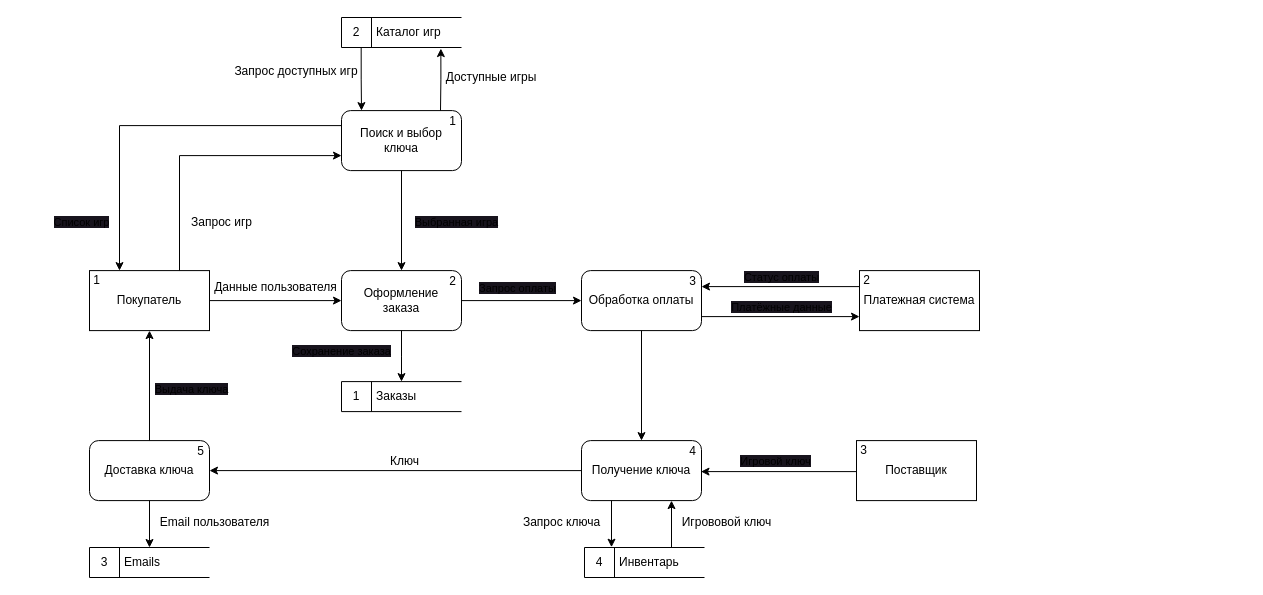
Earlier version of the draw.io diagram Диграммы/Декоммпозиция DFD (Готово).drawio (Demedra21/Project). Source tidied: cells renumbered, new cells numbered last; positions are measured from the earlier drawing's top-left corner, leaving out a move shared by most shapes. Both pictures are drawn from the tidied source at 100%, with x=0, y=0 at pixel (41, 17).
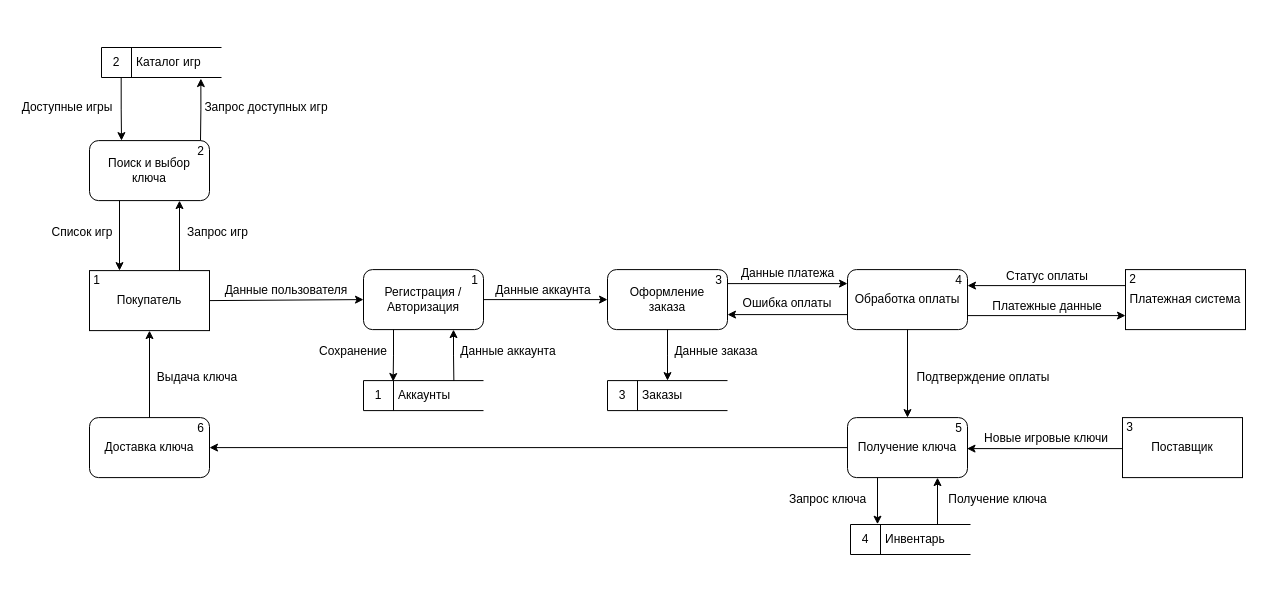
The same page after the edit.

The change refers to these unchanged cells:
```xml
<mxCell id="5" value="Покупатель" style="whiteSpace=wrap;html=1;" parent="4" vertex="1">
  <mxGeometry x="8" y="6" width="120" height="60" as="geometry" />
</mxCell>
<mxCell id="8" value="Оформление&lt;div&gt;заказа&lt;/div&gt;" style="rounded=1;whiteSpace=wrap;html=1;" parent="7" vertex="1">
  <mxGeometry y="4" width="120" height="60" as="geometry" />
</mxCell>
<mxCell id="13" value="Доставка ключа" style="rounded=1;whiteSpace=wrap;html=1;" parent="12" vertex="1">
  <mxGeometry y="4" width="120" height="60" as="geometry" />
</mxCell>
<mxCell id="17" value="Обработка оплаты" style="rounded=1;whiteSpace=wrap;html=1;" parent="16" vertex="1">
  <mxGeometry y="4" width="120" height="60" as="geometry" />
</mxCell>
<mxCell id="35" value="Поиск и выбор&lt;div&gt;ключа&lt;/div&gt;" style="rounded=1;whiteSpace=wrap;html=1;" parent="34" vertex="1">
  <mxGeometry y="4" width="120" height="60" as="geometry" />
</mxCell>
```

Diff of the diagram source:
```diff
@@
     <mxCell id="2" value="Запрос доступных игр" style="text;html=1;whiteSpace=wrap;strokeColor=none;fillColor=none;align=center;verticalAlign=middle;rounded=0;" parent="1" vertex="1">
-      <mxGeometry x="190" y="39.1" width="130" height="30" as="geometry" />
+      <mxGeometry x="160" y="75" width="130" height="30" as="geometry" />
     </mxCell>
     <mxCell id="3" value="Доступные игры" style="text;html=1;whiteSpace=wrap;strokeColor=none;fillColor=none;align=center;verticalAlign=middle;rounded=0;" parent="1" vertex="1">
-      <mxGeometry x="400" y="45" width="100" height="30" as="geometry" />
+      <mxGeometry x="-24" y="75" width="100" height="30" as="geometry" />
     </mxCell>
@@
     <mxCell id="7" style="group;" parent="1" vertex="1">
-      <mxGeometry x="300" y="249.1" width="126" height="64" as="geometry" />
+      <mxGeometry x="566" y="248.1" width="126" height="64" as="geometry" />
     </mxCell>
@@
-    <mxCell id="9" value="2" style="text;html=1;align=center;verticalAlign=middle;strokeColor=none;fillColor=none;" parent="7" vertex="1">
+    <mxCell id="9" value="3" style="text;html=1;align=center;verticalAlign=middle;strokeColor=none;fillColor=none;" parent="7" vertex="1">
       <mxGeometry x="96" width="30" height="30" as="geometry" />
     </mxCell>
-    <mxCell id="10" style="edgeStyle=orthogonalEdgeStyle;rounded=0;jettySize=auto;html=1;exitX=1;exitY=0.5;exitDx=0;exitDy=0;entryX=0;entryY=0.5;entryDx=0;entryDy=0;" parent="1" edge="1" source="5" target="8">
-      <mxGeometry relative="1" as="geometry" />
-    </mxCell>
-    <mxCell id="11" value="Данные пользователя" style="text;html=1;align=center;verticalAlign=middle;strokeColor=none;fillColor=none;" parent="1" vertex="1">
-      <mxGeometry x="159" y="255.1" width="150" height="30" as="geometry" />
-    </mxCell>
     <mxCell id="12" style="group;" parent="1" vertex="1">
-      <mxGeometry x="48" y="419.1" width="126" height="64" as="geometry" />
+      <mxGeometry x="48" y="396.1" width="126" height="64" as="geometry" />
     </mxCell>
@@
-    <mxCell id="14" value="5" style="text;html=1;align=center;verticalAlign=middle;strokeColor=none;fillColor=none;" parent="12" vertex="1">
+    <mxCell id="14" value="6" style="text;html=1;align=center;verticalAlign=middle;strokeColor=none;fillColor=none;" parent="12" vertex="1">
       <mxGeometry x="96" width="30" height="30" as="geometry" />
     </mxCell>
@@
     <mxCell id="16" style="group;" parent="1" vertex="1">
-      <mxGeometry x="540" y="249.1" width="126" height="64" as="geometry" />
+      <mxGeometry x="806" y="248.1" width="126" height="64" as="geometry" />
     </mxCell>
@@
-    <mxCell id="18" value="3" style="text;html=1;align=center;verticalAlign=middle;strokeColor=none;fillColor=none;" parent="16" vertex="1">
+    <mxCell id="18" value="4" style="text;html=1;align=center;verticalAlign=middle;strokeColor=none;fillColor=none;" parent="16" vertex="1">
       <mxGeometry x="96" width="30" height="30" as="geometry" />
     </mxCell>
-    <mxCell id="19" style="edgeStyle=orthogonalEdgeStyle;rounded=0;jettySize=auto;html=1;exitX=1;exitY=0.5;exitDx=0;exitDy=0;entryX=0;entryY=0.5;entryDx=0;entryDy=0;" parent="1" edge="1" source="8" target="17">
-      <mxGeometry relative="1" as="geometry" />
+    <mxCell id="19" style="edgeStyle=orthogonalEdgeStyle;rounded=0;orthogonalLoop=1;jettySize=auto;html=1;exitX=1;exitY=0.5;exitDx=0;exitDy=0;entryX=0;entryY=0.5;entryDx=0;entryDy=0;" parent="1" edge="1">
+      <mxGeometry relative="1" as="geometry">
+        <mxPoint x="686" y="266.1" as="sourcePoint" />
+        <mxPoint x="806" y="266.1" as="targetPoint" />
+      </mxGeometry>
     </mxCell>
     <mxCell id="20" style="group;" parent="1" vertex="1">
-      <mxGeometry x="540" y="419.1" width="126" height="64" as="geometry" />
+      <mxGeometry x="806" y="396.1" width="126" height="64" as="geometry" />
     </mxCell>
@@
-    <mxCell id="22" value="4" style="text;html=1;align=center;verticalAlign=middle;strokeColor=none;fillColor=none;" parent="20" vertex="1">
+    <mxCell id="22" value="5" style="text;html=1;align=center;verticalAlign=middle;strokeColor=none;fillColor=none;" parent="20" vertex="1">
       <mxGeometry x="96" width="30" height="30" as="geometry" />
     </mxCell>
@@
     <mxCell id="25" style="group;" parent="1" vertex="1">
-      <mxGeometry x="807" y="417.1" width="128" height="66" as="geometry" />
+      <mxGeometry x="1073" y="394.1" width="128" height="66" as="geometry" />
     </mxCell>
@@
     <mxCell id="28" style="group;" parent="1" vertex="1">
-      <mxGeometry x="810" y="247.1" width="128" height="66" as="geometry" />
+      <mxGeometry x="1076" y="246.1" width="128" height="66" as="geometry" />
     </mxCell>
@@
     <mxCell id="31" style="edgeStyle=orthogonalEdgeStyle;rounded=0;orthogonalLoop=1;jettySize=auto;html=1;exitX=0;exitY=0.5;exitDx=0;exitDy=0;entryX=1;entryY=0.5;entryDx=0;entryDy=0;" parent="1" edge="1">
       <mxGeometry relative="1" as="geometry">
-        <mxPoint x="814.5" y="454.1" as="sourcePoint" />
-        <mxPoint x="659.5" y="454.1" as="targetPoint" />
+        <mxPoint x="1080.5" y="431.1" as="sourcePoint" />
+        <mxPoint x="925.5" y="431.1" as="targetPoint" />
       </mxGeometry>
     </mxCell>
     <mxCell id="32" style="edgeStyle=orthogonalEdgeStyle;rounded=0;orthogonalLoop=1;jettySize=auto;html=1;exitX=0;exitY=0.5;exitDx=0;exitDy=0;entryX=1;entryY=0.5;entryDx=0;entryDy=0;" parent="1" edge="1">
       <mxGeometry relative="1" as="geometry">
-        <mxPoint x="818" y="269.1" as="sourcePoint" />
-        <mxPoint x="660" y="269.1" as="targetPoint" />
+        <mxPoint x="1084" y="268.1" as="sourcePoint" />
+        <mxPoint x="926" y="268.1" as="targetPoint" />
       </mxGeometry>
     </mxCell>
     <mxCell id="33" style="edgeStyle=orthogonalEdgeStyle;rounded=0;jettySize=auto;html=1;exitX=0.5;exitY=1;exitDx=0;exitDy=0;entryX=0.5;entryY=0;entryDx=0;entryDy=0;" parent="1" edge="1" source="8">
       <mxGeometry relative="1" as="geometry">
-        <mxPoint x="360" y="364.1" as="targetPoint" />
+        <mxPoint x="626" y="363.1" as="targetPoint" />
       </mxGeometry>
     </mxCell>
     <mxCell id="34" style="group;" parent="1" vertex="1">
-      <mxGeometry x="300" y="89.1" width="126" height="64" as="geometry" />
+      <mxGeometry x="48" y="119.1" width="126" height="64" as="geometry" />
     </mxCell>
@@
-    <mxCell id="36" value="1" style="text;html=1;align=center;verticalAlign=middle;strokeColor=none;fillColor=none;" parent="34" vertex="1">
+    <mxCell id="36" value="2" style="text;html=1;align=center;verticalAlign=middle;strokeColor=none;fillColor=none;" parent="34" vertex="1">
       <mxGeometry x="96" width="30" height="30" as="geometry" />
     </mxCell>
     <mxCell id="37" style="edgeStyle=orthogonalEdgeStyle;rounded=0;jettySize=auto;html=1;exitX=0.164;exitY=1.011;exitDx=0;exitDy=0;entryX=0.5;entryY=0;entryDx=0;entryDy=0;exitPerimeter=0;" parent="1" edge="1" source="43">
       <mxGeometry relative="1" as="geometry">
-        <mxPoint x="320" y="93.1" as="targetPoint" />
+        <mxPoint x="80" y="123.1" as="targetPoint" />
       </mxGeometry>
     </mxCell>
-    <mxCell id="38" style="edgeStyle=orthogonalEdgeStyle;rounded=0;jettySize=auto;html=1;exitX=0.5;exitY=1;exitDx=0;exitDy=0;entryX=0.5;entryY=0;entryDx=0;entryDy=0;" parent="1" edge="1" source="35" target="8">
-      <mxGeometry relative="1" as="geometry" />
-    </mxCell>
     <mxCell id="39" style="edgeStyle=orthogonalEdgeStyle;rounded=0;jettySize=auto;html=1;entryX=0.5;entryY=0;entryDx=0;entryDy=0;endArrow=none;endFill=0;startArrow=classic;startFill=1;exitX=0.828;exitY=1.036;exitDx=0;exitDy=0;exitPerimeter=0;" parent="1" edge="1" source="43">
       <mxGeometry relative="1" as="geometry">
-        <mxPoint x="399" y="93.1" as="targetPoint" />
+        <mxPoint x="159" y="123.1" as="targetPoint" />
       </mxGeometry>
     </mxCell>
-    <mxCell id="40" style="edgeStyle=orthogonalEdgeStyle;rounded=0;jettySize=auto;html=1;exitX=0.25;exitY=0;exitDx=0;exitDy=0;entryX=0;entryY=0.25;entryDx=0;entryDy=0;startArrow=classic;startFill=1;endArrow=none;endFill=0;" parent="1" edge="1" source="5" target="35">
+    <mxCell id="40" style="edgeStyle=orthogonalEdgeStyle;rounded=0;jettySize=auto;html=1;exitX=0.25;exitY=0;exitDx=0;exitDy=0;entryX=0.25;entryY=1;entryDx=0;entryDy=0;startArrow=classic;startFill=1;endArrow=none;endFill=0;" parent="1" edge="1" source="5" target="35">
       <mxGeometry relative="1" as="geometry" />
     </mxCell>
-    <mxCell id="41" style="edgeStyle=orthogonalEdgeStyle;rounded=0;jettySize=auto;html=1;exitX=0.75;exitY=0;exitDx=0;exitDy=0;entryX=0;entryY=0.75;entryDx=0;entryDy=0;" parent="1" edge="1" source="5" target="35">
+    <mxCell id="41" style="edgeStyle=orthogonalEdgeStyle;rounded=0;jettySize=auto;html=1;exitX=0.75;exitY=0;exitDx=0;exitDy=0;entryX=0.75;entryY=1;entryDx=0;entryDy=0;" parent="1" edge="1" source="5" target="35">
       <mxGeometry relative="1" as="geometry" />
     </mxCell>
     <mxCell id="42" style="edgeStyle=orthogonalEdgeStyle;rounded=0;orthogonalLoop=1;jettySize=auto;html=1;exitX=0;exitY=0.5;exitDx=0;exitDy=0;entryX=1;entryY=0.5;entryDx=0;entryDy=0;startArrow=classic;startFill=1;endArrow=none;endFill=0;" parent="1" edge="1">
       <mxGeometry relative="1" as="geometry">
-        <mxPoint x="818" y="299.1" as="sourcePoint" />
-        <mxPoint x="660" y="299.1" as="targetPoint" />
+        <mxPoint x="1084" y="298.1" as="sourcePoint" />
+        <mxPoint x="926" y="298.1" as="targetPoint" />
       </mxGeometry>
     </mxCell>
     <mxCell id="43" value="&amp;nbsp; 2&amp;nbsp; &amp;nbsp; &amp;nbsp;Каталог игр" style="html=1;dashed=0;whiteSpace=wrap;shape=mxgraph.dfd.dataStoreID;align=left;spacingLeft=3;points=[[0,0],[0.5,0],[1,0],[0,0.5],[1,0.5],[0,1],[0.5,1],[1,1]];" parent="1" vertex="1">
-      <mxGeometry x="300" width="120" height="30" as="geometry" />
+      <mxGeometry x="60" y="30" width="120" height="30" as="geometry" />
     </mxCell>
-    <mxCell id="44" value="&amp;nbsp; 1&amp;nbsp; &amp;nbsp; &amp;nbsp;Заказы" style="html=1;dashed=0;whiteSpace=wrap;shape=mxgraph.dfd.dataStoreID;align=left;spacingLeft=3;" parent="1" vertex="1">
-      <mxGeometry x="300" y="364.1" width="120" height="30" as="geometry" />
+    <mxCell id="44" value="&amp;nbsp; 3&amp;nbsp; &amp;nbsp; &amp;nbsp;Заказы" style="html=1;dashed=0;whiteSpace=wrap;shape=mxgraph.dfd.dataStoreID;align=left;spacingLeft=3;" parent="1" vertex="1">
+      <mxGeometry x="566" y="363.1" width="120" height="30" as="geometry" />
     </mxCell>
     <mxCell id="45" value="Запрос игр" style="text;html=1;align=center;verticalAlign=middle;strokeColor=none;fillColor=none;" parent="1" vertex="1">
-      <mxGeometry x="140" y="190" width="80" height="30" as="geometry" />
+      <mxGeometry x="136" y="200" width="80" height="30" as="geometry" />
     </mxCell>
-    <mxCell id="46" value="&lt;span style=&quot;font-size: 11px; background-color: rgb(24, 20, 29);&quot;&gt;Список игр&lt;/span&gt;" style="text;html=1;align=center;verticalAlign=middle;strokeColor=none;fillColor=none;" parent="1" vertex="1">
-      <mxGeometry y="190" width="80" height="30" as="geometry" />
-    </mxCell>
-    <mxCell id="47" value="&lt;span style=&quot;font-size: 11px; background-color: rgb(24, 20, 29);&quot;&gt;Сохранение заказа&lt;/span&gt;" style="text;html=1;align=center;verticalAlign=middle;strokeColor=none;fillColor=none;" parent="1" vertex="1">
-      <mxGeometry x="240" y="319.1" width="120" height="30" as="geometry" />
-    </mxCell>
-    <mxCell id="48" value="&lt;span style=&quot;font-size: 11px; background-color: rgb(24, 20, 29);&quot;&gt;Выбранная игра&lt;/span&gt;" style="text;html=1;align=center;verticalAlign=middle;strokeColor=none;fillColor=none;" parent="1" vertex="1">
-      <mxGeometry x="360" y="190" width="110" height="30" as="geometry" />
-    </mxCell>
-    <mxCell id="49" value="&lt;span style=&quot;font-size: 11px; background-color: rgb(24, 20, 29);&quot;&gt;Запрос оплаты&lt;/span&gt;" style="text;html=1;align=center;verticalAlign=middle;strokeColor=none;fillColor=none;" parent="1" vertex="1">
-      <mxGeometry x="426" y="256.1" width="100" height="30" as="geometry" />
-    </mxCell>
-    <mxCell id="50" value="&lt;span style=&quot;font-size: 11px; background-color: rgb(24, 20, 29);&quot;&gt;Статус оплаты&lt;/span&gt;" style="text;html=1;align=center;verticalAlign=middle;strokeColor=none;fillColor=none;" parent="1" vertex="1">
-      <mxGeometry x="690" y="245.1" width="100" height="30" as="geometry" />
-    </mxCell>
-    <mxCell id="51" value="&lt;span style=&quot;font-size: 11px; background-color: rgb(24, 20, 29);&quot;&gt;Платёжные данные&lt;/span&gt;" style="text;html=1;align=center;verticalAlign=middle;strokeColor=none;fillColor=none;" parent="1" vertex="1">
-      <mxGeometry x="680" y="275.1" width="120" height="30" as="geometry" />
-    </mxCell>
-    <mxCell id="52" value="&lt;span style=&quot;font-size: 11px; background-color: rgb(24, 20, 29);&quot;&gt;Игровой ключ&lt;/span&gt;" style="text;html=1;align=center;verticalAlign=middle;strokeColor=none;fillColor=none;" parent="1" vertex="1">
-      <mxGeometry x="688.5" y="429.1" width="90" height="30" as="geometry" />
-    </mxCell>
-    <mxCell id="53" value="Ключ" style="text;html=1;align=center;verticalAlign=middle;strokeColor=none;fillColor=none;" parent="1" vertex="1">
-      <mxGeometry x="338" y="429.1" width="50" height="30" as="geometry" />
-    </mxCell>
-    <mxCell id="54" value="&lt;span style=&quot;font-size: 11px; background-color: rgb(24, 20, 29);&quot;&gt;Выдача ключа&lt;/span&gt;" style="text;html=1;align=center;verticalAlign=middle;strokeColor=none;fillColor=none;" parent="1" vertex="1">
-      <mxGeometry x="100" y="357.1" width="100" height="30" as="geometry" />
-    </mxCell>
-    <mxCell id="55" style="edgeStyle=orthogonalEdgeStyle;rounded=0;jettySize=auto;html=1;exitX=0.5;exitY=0;exitDx=0;exitDy=0;entryX=0.5;entryY=1;entryDx=0;entryDy=0;startArrow=classic;startFill=1;endArrow=none;endFill=0;" parent="1" edge="1" source="56" target="13">
-      <mxGeometry relative="1" as="geometry" />
-    </mxCell>
-    <mxCell id="56" value="&amp;nbsp; 3&amp;nbsp; &amp;nbsp; &amp;nbsp;Emails" style="html=1;dashed=0;whiteSpace=wrap;shape=mxgraph.dfd.dataStoreID;align=left;spacingLeft=3;points=[[0,0],[0.5,0],[1,0],[0,0.5],[1,0.5],[0,1],[0.5,1],[1,1]];" parent="1" vertex="1">
-      <mxGeometry x="48" y="530" width="120" height="30" as="geometry" />
-    </mxCell>
     <mxCell id="57" value="&amp;nbsp; 4&amp;nbsp; &amp;nbsp; &amp;nbsp;Инвентарь" style="html=1;dashed=0;whiteSpace=wrap;shape=mxgraph.dfd.dataStoreID;align=left;spacingLeft=3;points=[[0,0],[0.5,0],[1,0],[0,0.5],[1,0.5],[0,1],[0.5,1],[1,1]];" parent="1" vertex="1">
-      <mxGeometry x="543" y="530" width="120" height="30" as="geometry" />
+      <mxGeometry x="809" y="507" width="120" height="30" as="geometry" />
     </mxCell>
-    <mxCell id="58" value="Email пользователя" style="text;html=1;align=center;verticalAlign=middle;strokeColor=none;fillColor=none;" parent="1" vertex="1">
-      <mxGeometry x="108" y="490" width="130" height="30" as="geometry" />
-    </mxCell>
@@
     <mxCell id="61" value="Запрос ключа" style="text;html=1;align=center;verticalAlign=middle;strokeColor=none;fillColor=none;" parent="1" vertex="1">
-      <mxGeometry x="470" y="490" width="100" height="30" as="geometry" />
+      <mxGeometry x="736" y="467" width="100" height="30" as="geometry" />
     </mxCell>
-    <mxCell id="62" value="Игрововой ключ" style="text;html=1;align=center;verticalAlign=middle;strokeColor=none;fillColor=none;" parent="1" vertex="1">
-      <mxGeometry x="630" y="490" width="110" height="30" as="geometry" />
+    <mxCell id="62" value="Получение ключа" style="text;html=1;align=center;verticalAlign=middle;strokeColor=none;fillColor=none;" parent="1" vertex="1">
+      <mxGeometry x="896" y="467" width="120" height="30" as="geometry" />
     </mxCell>
+    <mxCell id="46" value="Список игр" style="text;html=1;whiteSpace=wrap;strokeColor=none;fillColor=none;align=center;verticalAlign=middle;rounded=0;" parent="1" vertex="1">
+      <mxGeometry x="6" y="200" width="70" height="30" as="geometry" />
+    </mxCell>
+    <mxCell id="54" value="Выдача ключа" style="text;html=1;whiteSpace=wrap;strokeColor=none;fillColor=none;align=center;verticalAlign=middle;rounded=0;" parent="1" vertex="1">
+      <mxGeometry x="111" y="345" width="90" height="30" as="geometry" />
+    </mxCell>
+    <mxCell id="63" value="Данные заказа" style="text;html=1;whiteSpace=wrap;strokeColor=none;fillColor=none;align=center;verticalAlign=middle;rounded=0;" parent="1" vertex="1">
+      <mxGeometry x="630" y="319" width="90" height="30" as="geometry" />
+    </mxCell>
+    <mxCell id="64" value="Новые игровые ключи" style="text;html=1;whiteSpace=wrap;strokeColor=none;fillColor=none;align=center;verticalAlign=middle;rounded=0;" parent="1" vertex="1">
+      <mxGeometry x="937" y="406.1" width="136" height="30" as="geometry" />
+    </mxCell>
+    <mxCell id="65" value="Платежные данные" style="text;html=1;whiteSpace=wrap;strokeColor=none;fillColor=none;align=center;verticalAlign=middle;rounded=0;" parent="1" vertex="1">
+      <mxGeometry x="946" y="274.1" width="120" height="30" as="geometry" />
+    </mxCell>
+    <mxCell id="50" value="Статус оплаты" style="text;html=1;whiteSpace=wrap;strokeColor=none;fillColor=none;align=center;verticalAlign=middle;rounded=0;" parent="1" vertex="1">
+      <mxGeometry x="961" y="244.1" width="90" height="30" as="geometry" />
+    </mxCell>
+    <mxCell id="66" value="Данные платежа" style="text;html=1;whiteSpace=wrap;strokeColor=none;fillColor=none;align=center;verticalAlign=middle;rounded=0;" parent="1" vertex="1">
+      <mxGeometry x="696.5" y="241.1" width="99" height="30" as="geometry" />
+    </mxCell>
+    <mxCell id="67" value="Подтверждение оплаты" style="text;html=1;whiteSpace=wrap;strokeColor=none;fillColor=none;align=center;verticalAlign=middle;rounded=0;" parent="1" vertex="1">
+      <mxGeometry x="865" y="345" width="154" height="30" as="geometry" />
+    </mxCell>
+    <mxCell id="68" style="group;" parent="1" vertex="1">
+      <mxGeometry x="322" y="248.1" width="126" height="64" as="geometry" />
+    </mxCell>
+    <mxCell id="69" value="Регистрация / Авторизация" style="rounded=1;whiteSpace=wrap;html=1;" parent="68" vertex="1">
+      <mxGeometry y="4" width="120" height="60" as="geometry" />
+    </mxCell>
+    <mxCell id="70" value="1" style="text;html=1;align=center;verticalAlign=middle;strokeColor=none;fillColor=none;" parent="68" vertex="1">
+      <mxGeometry x="96" width="30" height="30" as="geometry" />
+    </mxCell>
+    <mxCell id="71" style="edgeStyle=none;jettySize=auto;html=1;rounded=0;exitX=1;exitY=0.5;exitDx=0;exitDy=0;entryX=0;entryY=0.5;entryDx=0;entryDy=0;" parent="1" edge="1" source="5" target="69">
+      <mxGeometry relative="1" as="geometry" />
+    </mxCell>
+    <mxCell id="72" value="&amp;nbsp; 1&amp;nbsp; &amp;nbsp; &amp;nbsp;Аккаунты" style="html=1;dashed=0;whiteSpace=wrap;shape=mxgraph.dfd.dataStoreID;align=left;spacingLeft=3;points=[[0,0],[0.5,0],[1,0],[0,0.5],[1,0.5],[0,1],[0.5,1],[1,1]];" parent="1" vertex="1">
+      <mxGeometry x="322" y="363.1" width="120" height="30" as="geometry" />
+    </mxCell>
+    <mxCell id="73" value="Сохранение" style="text;html=1;whiteSpace=wrap;strokeColor=none;fillColor=none;align=center;verticalAlign=middle;rounded=0;" parent="1" vertex="1">
+      <mxGeometry x="272" y="319" width="80" height="30" as="geometry" />
+    </mxCell>
+    <mxCell id="74" value="Данные аккаунта" style="text;html=1;whiteSpace=wrap;strokeColor=none;fillColor=none;align=center;verticalAlign=middle;rounded=0;" parent="1" vertex="1">
+      <mxGeometry x="412" y="319" width="110" height="30" as="geometry" />
+    </mxCell>
+    <mxCell id="75" style="edgeStyle=orthogonalEdgeStyle;rounded=0;jettySize=auto;html=1;exitX=0.25;exitY=1;exitDx=0;exitDy=0;entryX=0.247;entryY=0.03;entryDx=0;entryDy=0;entryPerimeter=0;" parent="1" edge="1" source="69" target="72">
+      <mxGeometry relative="1" as="geometry" />
+    </mxCell>
+    <mxCell id="76" style="edgeStyle=orthogonalEdgeStyle;rounded=0;jettySize=auto;html=1;exitX=0.75;exitY=1;exitDx=0;exitDy=0;entryX=0.753;entryY=0.008;entryDx=0;entryDy=0;entryPerimeter=0;startArrow=classic;startFill=1;endArrow=none;endFill=0;" parent="1" edge="1" source="69" target="72">
+      <mxGeometry relative="1" as="geometry" />
+    </mxCell>
+    <mxCell id="77" style="edgeStyle=orthogonalEdgeStyle;rounded=0;jettySize=auto;html=1;exitX=1;exitY=0.5;exitDx=0;exitDy=0;entryX=0;entryY=0.5;entryDx=0;entryDy=0;" parent="1" edge="1" source="69" target="8">
+      <mxGeometry relative="1" as="geometry" />
+    </mxCell>
+    <mxCell id="11" value="Данные пользователя" style="text;html=1;whiteSpace=wrap;strokeColor=none;fillColor=none;align=center;verticalAlign=middle;rounded=0;" parent="1" vertex="1">
+      <mxGeometry x="180" y="258.1" width="130" height="30" as="geometry" />
+    </mxCell>
+    <mxCell id="78" value="Данные аккаунта" style="text;html=1;whiteSpace=wrap;strokeColor=none;fillColor=none;align=center;verticalAlign=middle;rounded=0;" parent="1" vertex="1">
+      <mxGeometry x="452" y="258.1" width="100" height="30" as="geometry" />
+    </mxCell>
+    <mxCell id="79" style="edgeStyle=orthogonalEdgeStyle;rounded=0;jettySize=auto;html=1;exitX=0;exitY=0.75;exitDx=0;exitDy=0;entryX=1;entryY=0.75;entryDx=0;entryDy=0;" parent="1" edge="1" source="17" target="8">
+      <mxGeometry relative="1" as="geometry" />
+    </mxCell>
+    <mxCell id="80" value="Ошибка оплаты" style="text;html=1;whiteSpace=wrap;strokeColor=none;fillColor=none;align=center;verticalAlign=middle;rounded=0;" parent="1" vertex="1">
+      <mxGeometry x="696" y="271.1" width="100" height="30" as="geometry" />
+    </mxCell>
```
